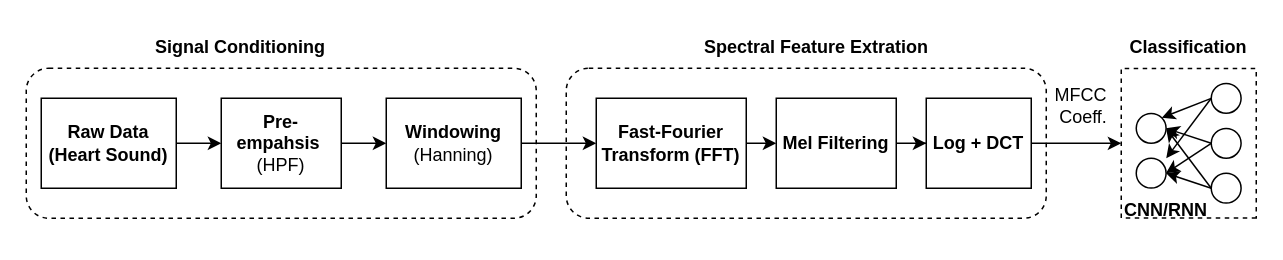
Earlier version of the draw.io diagram figs/HSC-arch.drawio (mixignal/VLSID25-DesignContest-KWS). Source tidied: cells renumbered, new cells numbered last; positions are measured from the earlier drawing's top-left corner, leaving out a move shared by most shapes. Both pictures are drawn from the tidied source at 150%, with x=0, y=0 at pixel (26, 24).
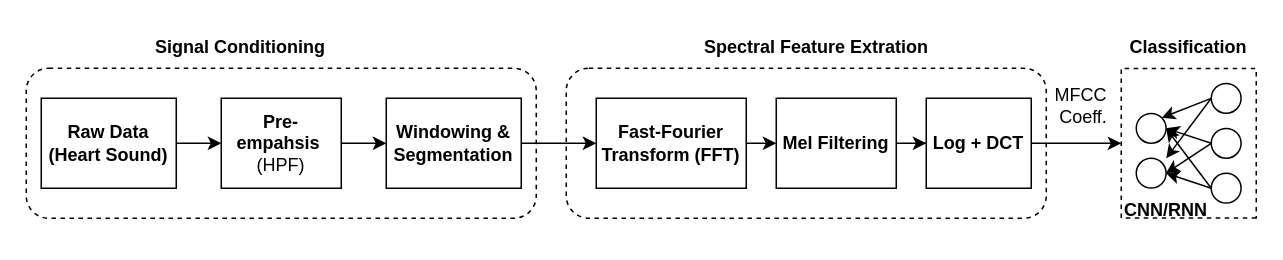
The same page after the edit.

The edit, as a diff of the source:
```diff
@@
-    <mxCell id="5" value="&lt;span style=&quot;background-color: initial;&quot;&gt;&lt;b&gt;Windowing&lt;/b&gt;&lt;/span&gt;&lt;div&gt;&lt;span style=&quot;background-color: initial;&quot;&gt;(Hanning)&lt;/span&gt;&lt;/div&gt;" style="rounded=0;whiteSpace=wrap;html=1;" parent="1" vertex="1">
+    <mxCell id="5" value="&lt;span style=&quot;background-color: initial;&quot;&gt;&lt;b&gt;Windowing &amp;amp; Segmentation&lt;/b&gt;&lt;/span&gt;" style="rounded=0;whiteSpace=wrap;html=1;" parent="1" vertex="1">
       <mxGeometry x="240" y="49" width="90" height="60" as="geometry" />
     </mxCell>
```
